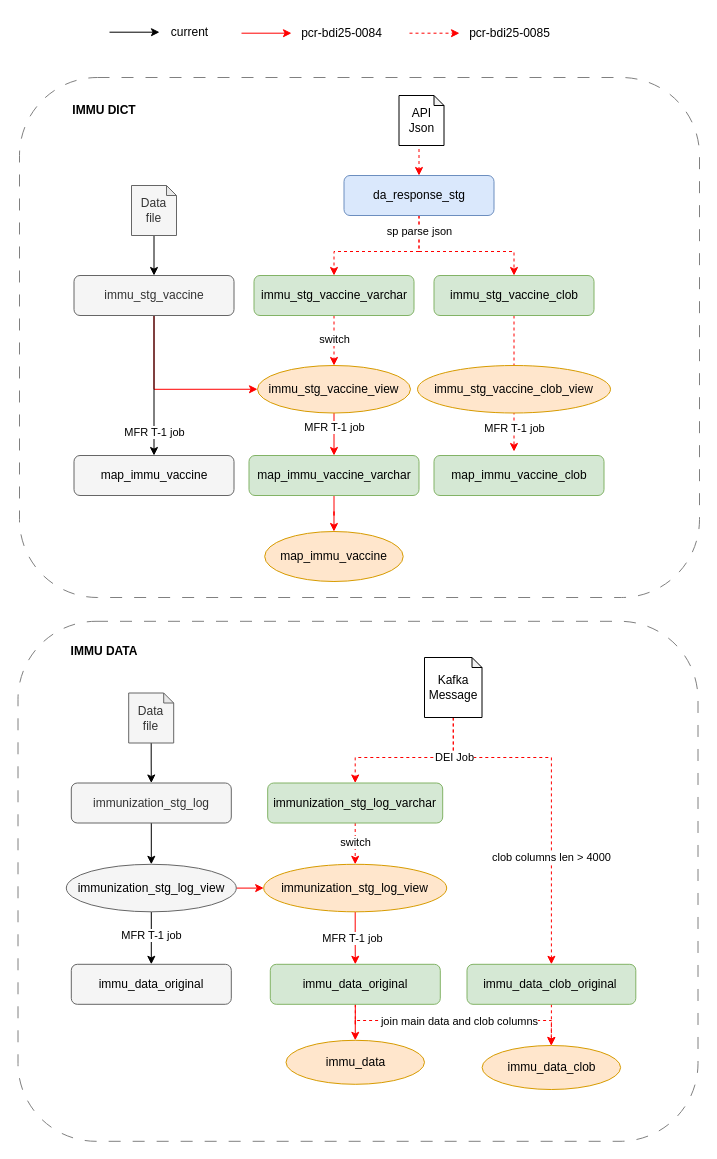
This is immu_workflow.drawio from xuhuide/drawio, a draw.io file, before an edit. Source tidied: cells renumbered, new cells numbered last; positions are measured from the earlier drawing's top-left corner, leaving out a move shared by most shapes. Both pictures are drawn from the tidied source at 100%, with x=0, y=0 at pixel (17, 17).
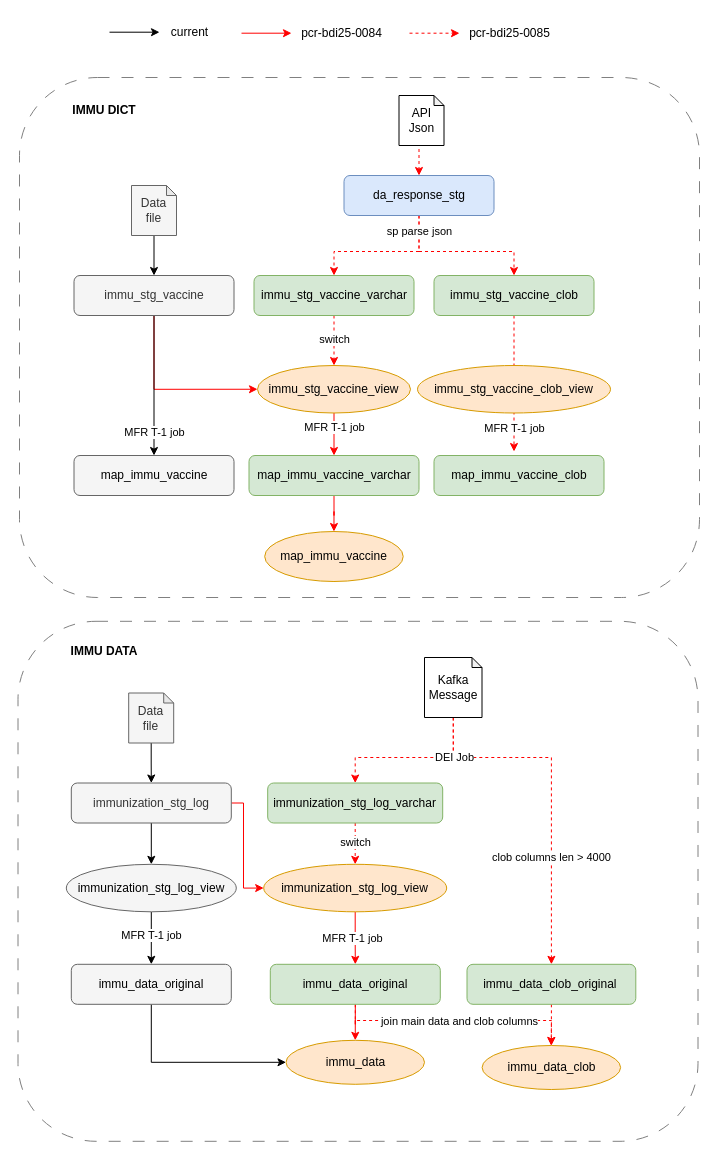
The same page after the edit.

The change refers to these unchanged cells:
```xml
<mxCell id="41" value="&lt;span style=&quot;font-size: 12px;&quot;&gt;immunization_stg_log&lt;/span&gt;" style="rounded=1;whiteSpace=wrap;html=1;align=center;fillColor=#f5f5f5;strokeColor=#666666;fontColor=#333333;" parent="1" vertex="1">
  <mxGeometry x="53.8" y="765.5" width="160" height="40" as="geometry" />
</mxCell>
<mxCell id="48" value="immunization_stg_log_view" style="ellipse;whiteSpace=wrap;html=1;fillColor=#ffe6cc;strokeColor=#d79b00;" parent="1" vertex="1">
  <mxGeometry x="246.2" y="846.8" width="183" height="47.5" as="geometry" />
</mxCell>
<mxCell id="49" value="immu_data" style="ellipse;whiteSpace=wrap;html=1;fillColor=#ffe6cc;strokeColor=#d79b00;" parent="1" vertex="1">
  <mxGeometry x="268.5" y="1022.8" width="138.5" height="44" as="geometry" />
</mxCell>
<mxCell id="57" value="&lt;span style=&quot;color: rgb(0, 0, 0);&quot;&gt;immu_data_original&lt;/span&gt;" style="rounded=1;whiteSpace=wrap;html=1;align=center;fillColor=#f5f5f5;fontColor=#333333;strokeColor=#666666;" parent="1" vertex="1">
  <mxGeometry x="53.8" y="946.8" width="160" height="40" as="geometry" />
</mxCell>
<mxCell id="60" value="immunization_stg_log_view" style="ellipse;whiteSpace=wrap;html=1;fillColor=#f5f5f5;strokeColor=#666666;fontColor=#000000;" parent="1" vertex="1">
  <mxGeometry x="48.8" y="846.8" width="170" height="47.5" as="geometry" />
</mxCell>
```

What changed in the source:
```diff
@@
-    <mxCell id="37" style="edgeStyle=orthogonalEdgeStyle;rounded=0;jettySize=auto;html=1;entryX=0;entryY=0.5;entryDx=0;entryDy=0;curved=0;strokeColor=#FF0000;" parent="1" edge="1" source="60" target="48">
-      <mxGeometry relative="1" as="geometry" />
+    <mxCell id="37" style="edgeStyle=orthogonalEdgeStyle;rounded=0;jettySize=auto;html=1;entryX=0;entryY=0.5;entryDx=0;entryDy=0;curved=0;strokeColor=#FF0000;" parent="1" edge="1" source="41" target="48">
+      <mxGeometry relative="1" as="geometry">
+        <Array as="points">
+          <mxPoint x="226" y="786" />
+          <mxPoint x="226" y="871" />
+        </Array>
+      </mxGeometry>
     </mxCell>
@@
+    <mxCell id="70" style="edgeStyle=orthogonalEdgeStyle;rounded=0;jettySize=auto;html=1;entryX=0;entryY=0.5;entryDx=0;entryDy=0;exitX=0.5;exitY=1;exitDx=0;exitDy=0;" parent="1" edge="1" source="57" target="49">
+      <mxGeometry relative="1" as="geometry" />
+    </mxCell>
```
